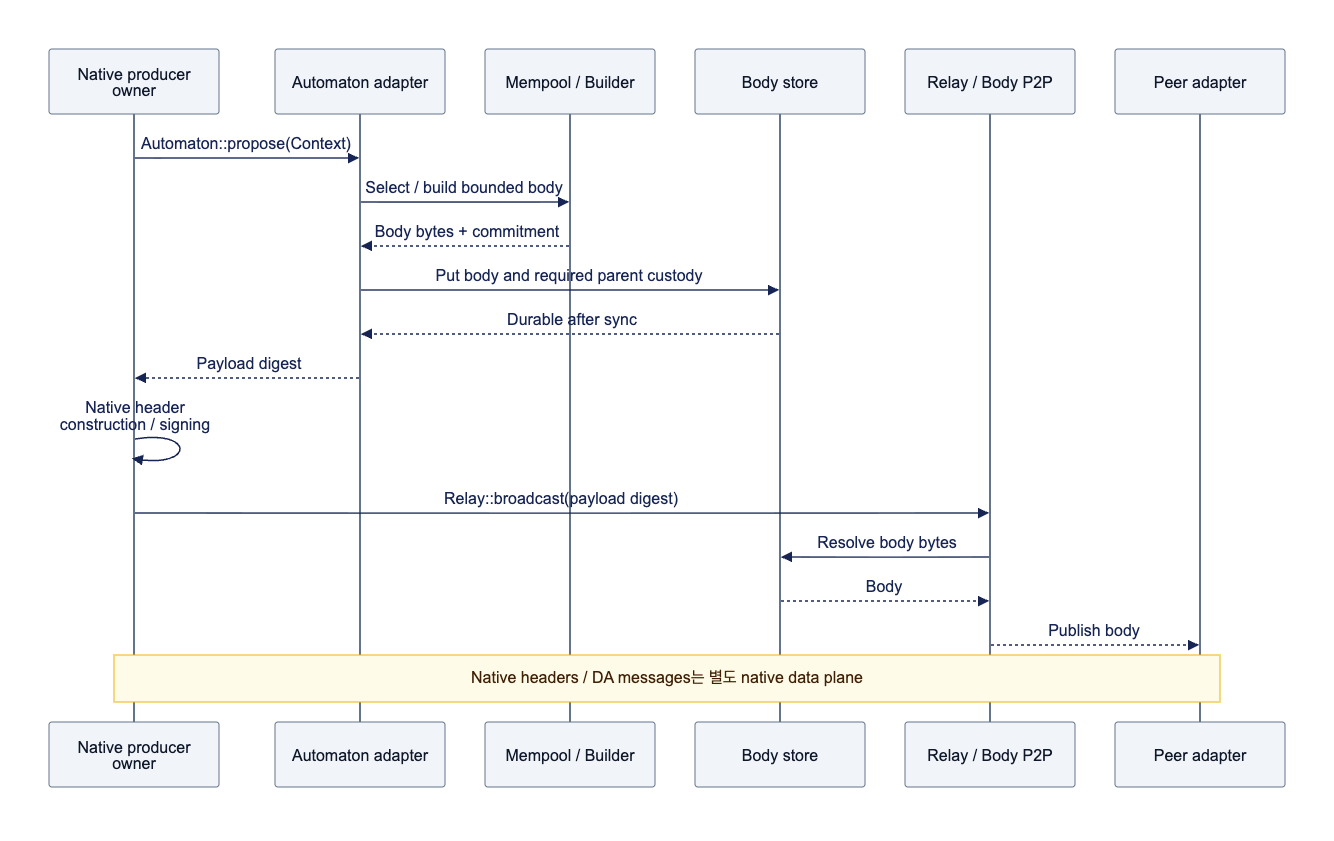
The Mermaid diagram assets/diagrams/diagram-04.png in djm07073/baton-research, before a commit. Its source is kept beside it as assets/diagrams/diagram-04.mmd. Source of this version:
```mermaid
sequenceDiagram
    participant N as Native producer owner
    participant A as Automaton adapter
    participant P as Mempool / Builder
    participant S as Body store
    participant R as Relay / Body P2P
    participant V as Peer adapter
    N->>A: Automaton::propose(Context)
    A->>P: Select / build bounded body
    P-->>A: Body bytes + commitment
    A->>S: Put body and required parent custody
    S-->>A: Durable after sync
    A-->>N: Payload digest
    N->>N: Native header construction / signing
    N->>R: Relay::broadcast(payload digest)
    R->>S: Resolve body bytes
    S-->>R: Body
    R-->>V: Publish body
    Note over N,V: Native headers / DA messages는 별도 native data plane
```
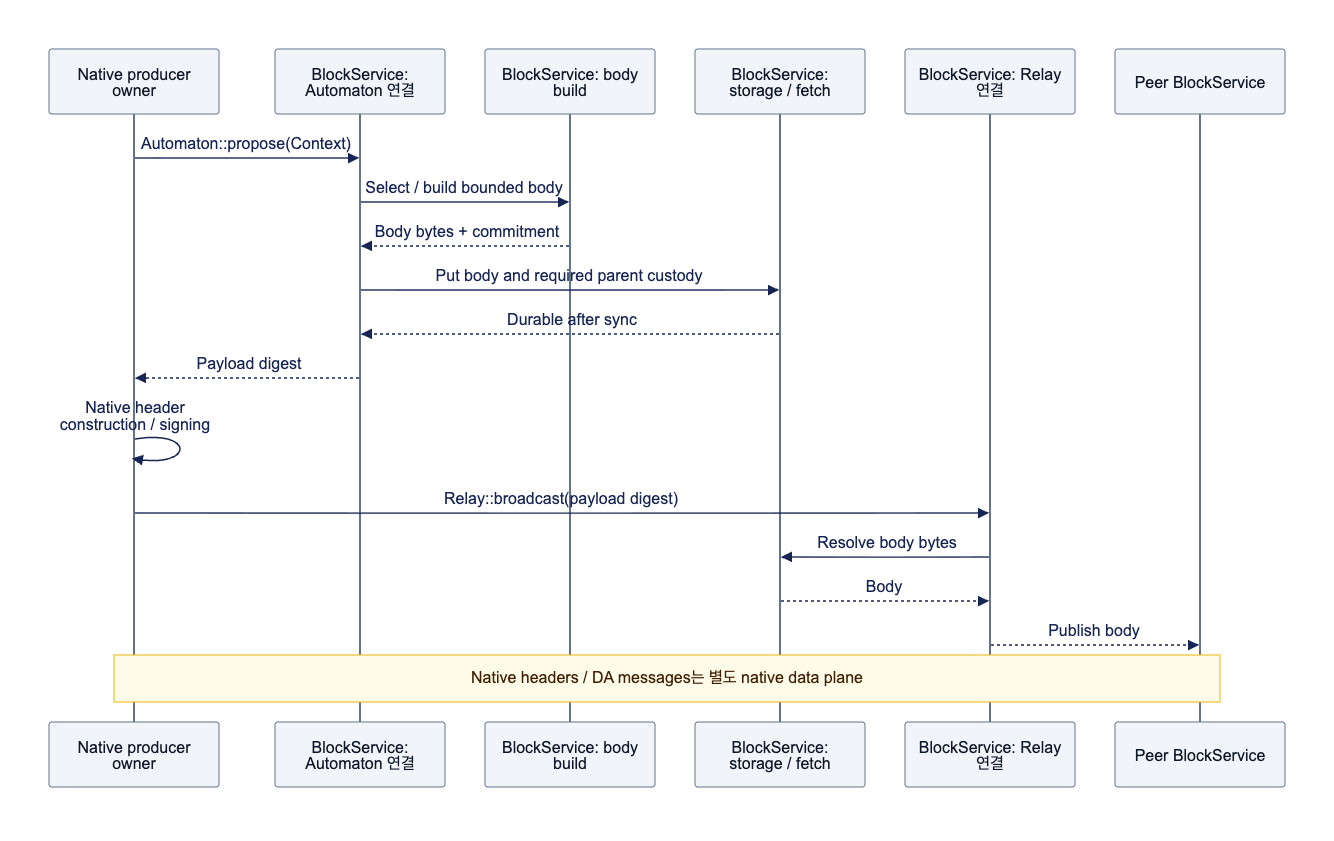
The same diagram one commit later.

Change to the diagram source:
```diff
@@ -1,10 +1,10 @@
 sequenceDiagram
     participant N as Native producer owner
-    participant A as Automaton adapter
-    participant P as Mempool / Builder
-    participant S as Body store
-    participant R as Relay / Body P2P
-    participant V as Peer adapter
+    participant A as BlockService: Automaton 연결
+    participant P as BlockService: body build
+    participant S as BlockService: storage / fetch
+    participant R as BlockService: Relay 연결
+    participant V as Peer BlockService
     N->>A: Automaton::propose(Context)
     A->>P: Select / build bounded body
     P-->>A: Body bytes + commitment
```
